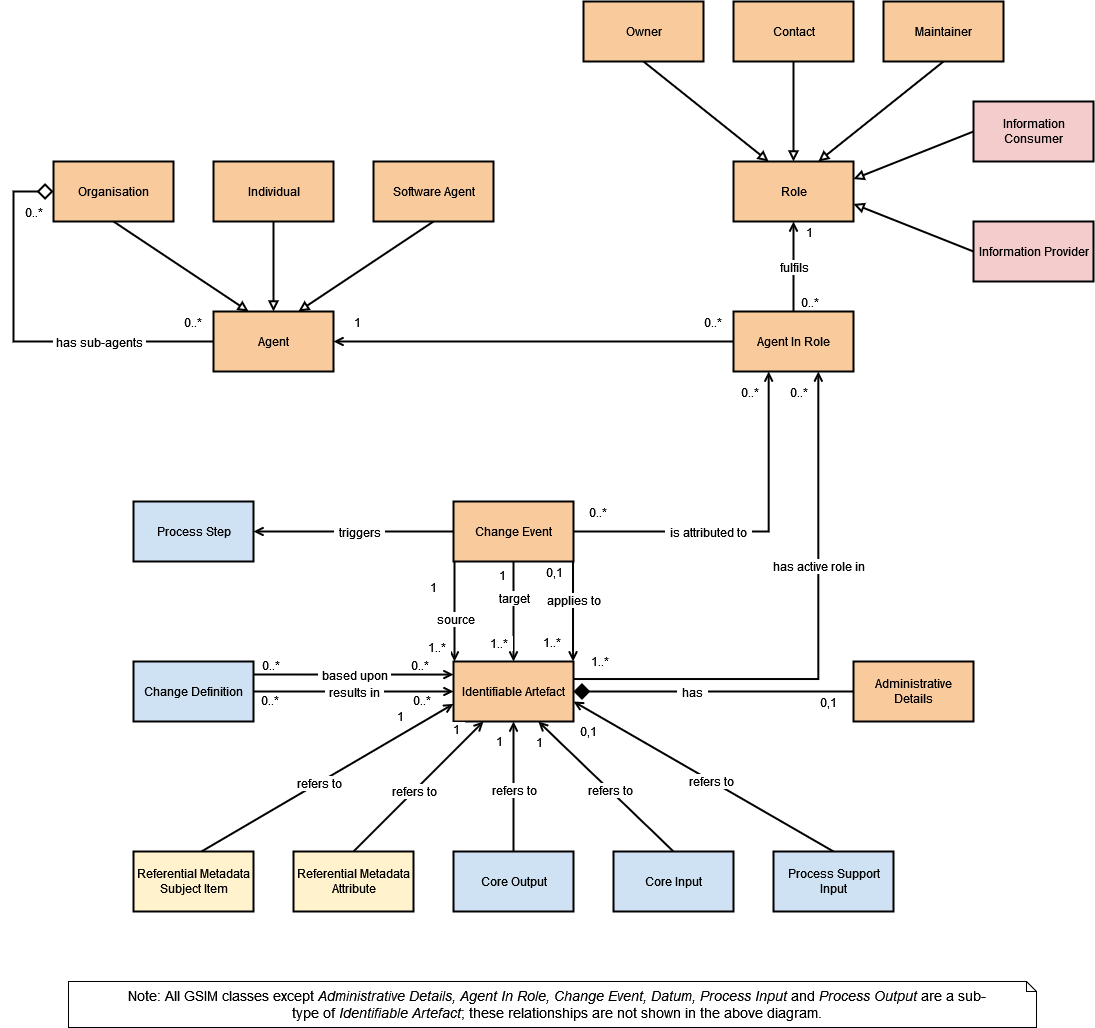
Before: Image Files/GSIM_2_0_Base_Group.drawio.png, a diagram exported from draw.io (UNECE/GSIM-2.0). Source tidied: cells renumbered, new cells last; positions are measured from the earlier drawing's top-left corner, leaving out a move shared by most shapes.
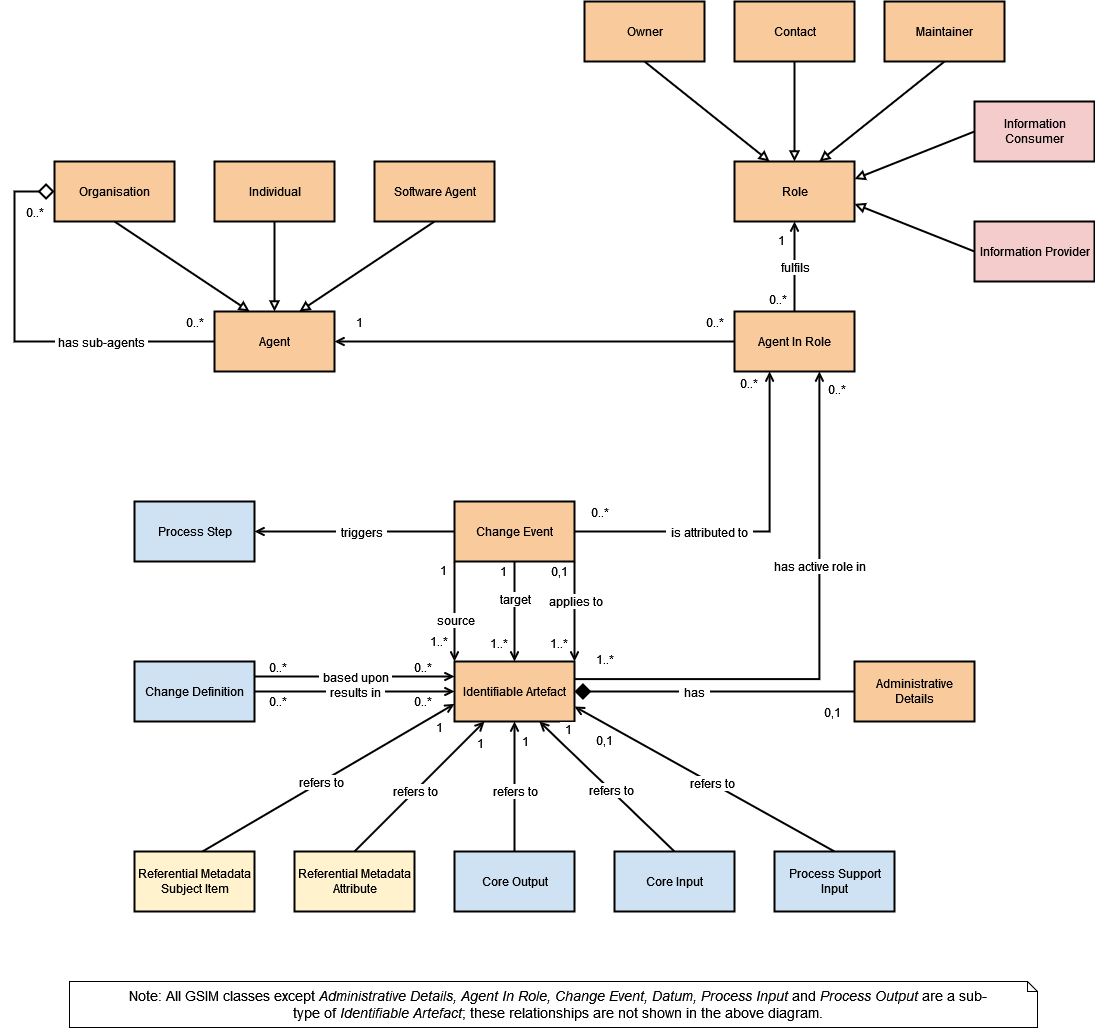
Later version of the same file.

Diff of the diagram source:
```diff
@@ -141,3 +141,3 @@
       <mxGeometry x="-0.76" relative="1" as="geometry">
-        <mxPoint x="15" y="1" as="offset" />
+        <mxPoint x="-18" y="-2" as="offset" />
       </mxGeometry>
@@ -146,3 +146,3 @@
       <mxGeometry x="0.73" relative="1" as="geometry">
-        <mxPoint x="15" y="-2" as="offset" />
+        <mxPoint x="-14" y="6" as="offset" />
       </mxGeometry>
@@ -152,9 +152,4 @@
     </mxCell>
-    <mxCell id="35" style="shape=filledEdge;strokeWidth=2;strokeColor=#000000;fillColor=none;startArrow=none;startFill=0;startSize=6;endArrow=open;endFill=0;endSize=6;rounded=0;html=1;nl2Br=0;gliffyId=3014;edgeStyle=orthogonalEdgeStyle;" parent="1" edge="1" source="6">
-      <mxGeometry relative="1" as="geometry">
-        <mxPoint x="320" y="340" as="targetPoint" />
-        <Array as="points">
-          <mxPoint x="720" y="340" />
-        </Array>
-      </mxGeometry>
+    <mxCell id="35" style="shape=filledEdge;strokeWidth=2;strokeColor=#000000;fillColor=none;startArrow=none;startFill=0;startSize=6;endArrow=open;endFill=0;endSize=6;rounded=0;html=1;nl2Br=0;gliffyId=3014;edgeStyle=orthogonalEdgeStyle;entryX=1;entryY=0.5;entryDx=0;entryDy=0;" parent="1" edge="1" source="6" target="7">
+      <mxGeometry relative="1" as="geometry" />
     </mxCell>
@@ -189,3 +184,3 @@
       <mxGeometry x="0.9" relative="1" as="geometry">
-        <mxPoint x="-20" y="3" as="offset" />
+        <mxPoint x="-22" y="-6" as="offset" />
       </mxGeometry>
@@ -206,3 +201,3 @@
       <mxGeometry x="-0.9" relative="1" as="geometry">
-        <mxPoint x="-4" y="-18" as="offset" />
+        <mxPoint y="-20" as="offset" />
       </mxGeometry>
@@ -211,3 +206,3 @@
       <mxGeometry x="0.94" relative="1" as="geometry">
-        <mxPoint x="-20" y="3" as="offset" />
+        <mxPoint x="17" as="offset" />
       </mxGeometry>
@@ -227,3 +222,3 @@
       <mxGeometry x="-0.7" relative="1" as="geometry">
-        <mxPoint x="-12" y="-2" as="offset" />
+        <mxPoint x="-12" y="-6" as="offset" />
       </mxGeometry>
@@ -232,3 +227,3 @@
       <mxGeometry x="0.5" relative="1" as="geometry">
-        <mxPoint x="-16" y="6" as="offset" />
+        <mxPoint x="-17" y="6" as="offset" />
       </mxGeometry>
@@ -248,3 +243,3 @@
       <mxGeometry x="-0.78" relative="1" as="geometry">
-        <mxPoint x="-7" y="8" as="offset" />
+        <mxPoint y="9" as="offset" />
       </mxGeometry>
@@ -253,14 +248,7 @@
       <mxGeometry x="0.67" relative="1" as="geometry">
-        <mxPoint y="8" as="offset" />
+        <mxPoint y="9" as="offset" />
       </mxGeometry>
     </mxCell>
-    <mxCell id="54" style="shape=filledEdge;strokeWidth=2;strokeColor=#000000;fillColor=none;startArrow=none;startFill=0;startSize=6;endArrow=open;endFill=0;endSize=6;rounded=0;html=1;nl2Br=0;gliffyId=3081;edgeStyle=orthogonalEdgeStyle;" parent="1" edge="1">
-      <mxGeometry relative="1" as="geometry">
-        <mxPoint x="240" y="673" as="sourcePoint" />
-        <mxPoint x="440" y="673" as="targetPoint" />
-        <Array as="points">
-          <mxPoint x="240" y="673" />
-          <mxPoint x="440" y="673" />
-        </Array>
-      </mxGeometry>
+    <mxCell id="54" style="shape=filledEdge;strokeWidth=2;strokeColor=#000000;fillColor=none;startArrow=none;startFill=0;startSize=6;endArrow=open;endFill=0;endSize=6;rounded=0;html=1;nl2Br=0;gliffyId=3081;edgeStyle=orthogonalEdgeStyle;entryX=0;entryY=0.25;entryDx=0;entryDy=0;exitX=1;exitY=0.25;exitDx=0;exitDy=0;" parent="1" edge="1" source="14" target="12">
+      <mxGeometry relative="1" as="geometry" />
     </mxCell>
@@ -271,3 +259,3 @@
       <mxGeometry x="-0.78" relative="1" as="geometry">
-        <mxPoint x="-6" y="-10" as="offset" />
+        <mxPoint y="-10" as="offset" />
       </mxGeometry>
@@ -276,16 +264,7 @@
       <mxGeometry x="0.67" relative="1" as="geometry">
-        <mxPoint x="-2" y="-10" as="offset" />
+        <mxPoint y="-10" as="offset" />
       </mxGeometry>
     </mxCell>
-    <mxCell id="58" style="shape=filledEdge;strokeWidth=2;strokeColor=#000000;fillColor=none;startArrow=none;startFill=0;startSize=6;endArrow=open;endFill=0;endSize=6;rounded=0;html=1;nl2Br=0;gliffyId=3044;edgeStyle=orthogonalEdgeStyle;" parent="1" edge="1">
-      <mxGeometry relative="1" as="geometry">
-        <mxPoint x="559.5" y="560" as="sourcePoint" />
-        <mxPoint x="559.5" y="660" as="targetPoint" />
-        <Array as="points">
-          <mxPoint x="559.5" y="560" />
-          <mxPoint x="559.5" y="593.3" />
-          <mxPoint x="559.5" y="626.7" />
-          <mxPoint x="559.5" y="660" />
-        </Array>
-      </mxGeometry>
+    <mxCell id="58" style="shape=filledEdge;strokeWidth=2;strokeColor=#000000;fillColor=none;startArrow=none;startFill=0;startSize=6;endArrow=open;endFill=0;endSize=6;rounded=0;html=1;nl2Br=0;gliffyId=3044;edgeStyle=orthogonalEdgeStyle;exitX=1;exitY=1;exitDx=0;exitDy=0;entryX=1;entryY=0;entryDx=0;entryDy=0;" parent="1" edge="1" source="11" target="12">
+      <mxGeometry relative="1" as="geometry" />
     </mxCell>
@@ -298,3 +277,3 @@
       <mxGeometry x="-0.72" relative="1" as="geometry">
-        <mxPoint x="-19" y="-4" as="offset" />
+        <mxPoint x="-16" y="-5" as="offset" />
       </mxGeometry>
@@ -303,13 +282,7 @@
       <mxGeometry x="0.66" relative="1" as="geometry">
-        <mxPoint x="-22" y="-3" as="offset" />
+        <mxPoint x="-17" y="-2" as="offset" />
       </mxGeometry>
     </mxCell>
-    <mxCell id="62" style="shape=filledEdge;strokeWidth=2;strokeColor=#000000;fillColor=none;startArrow=none;startFill=0;startSize=6;endArrow=open;endFill=0;endSize=6;rounded=0;html=1;nl2Br=0;gliffyId=3049;edgeStyle=orthogonalEdgeStyle;" parent="1" edge="1">
-      <mxGeometry relative="1" as="geometry">
-        <mxPoint x="441" y="560" as="sourcePoint" />
-        <mxPoint x="441" y="660" as="targetPoint" />
-        <Array as="points">
-          <mxPoint x="441" y="560" />
-        </Array>
-      </mxGeometry>
+    <mxCell id="62" style="shape=filledEdge;strokeWidth=2;strokeColor=#000000;fillColor=none;startArrow=none;startFill=0;startSize=6;endArrow=open;endFill=0;endSize=6;rounded=0;html=1;nl2Br=0;gliffyId=3049;edgeStyle=orthogonalEdgeStyle;entryX=0;entryY=0;entryDx=0;entryDy=0;exitX=0;exitY=1;exitDx=0;exitDy=0;" parent="1" edge="1" source="11" target="12">
+      <mxGeometry relative="1" as="geometry" />
     </mxCell>
@@ -320,3 +293,3 @@
       <mxGeometry x="-0.74" relative="1" as="geometry">
-        <mxPoint x="-22" y="12" as="offset" />
+        <mxPoint x="-12" y="-5" as="offset" />
       </mxGeometry>
@@ -325,3 +298,3 @@
       <mxGeometry x="0.62" relative="1" as="geometry">
-        <mxPoint x="-19" y="4" as="offset" />
+        <mxPoint x="-17" y="-2" as="offset" />
       </mxGeometry>
@@ -341,8 +314,7 @@
       <mxGeometry x="0.57" relative="1" as="geometry">
-        <mxPoint x="-15" y="-8" as="offset" />
+        <mxPoint x="10" y="-9" as="offset" />
       </mxGeometry>
     </mxCell>
-    <mxCell id="69" style="shape=filledEdge;strokeWidth=2;strokeColor=#000000;fillColor=none;startArrow=none;startFill=0;startSize=6;endArrow=open;endFill=0;endSize=6;rounded=0;html=1;nl2Br=0;gliffyId=3098;exitX=0.5;exitY=0.0;exitPerimeter=0;" parent="1" edge="1" source="17">
+    <mxCell id="69" style="shape=filledEdge;strokeWidth=2;strokeColor=#000000;fillColor=none;startArrow=none;startFill=0;startSize=6;endArrow=open;endFill=0;endSize=6;rounded=0;html=1;nl2Br=0;gliffyId=3098;exitX=0.5;exitY=0.0;exitPerimeter=0;entryX=0.25;entryY=1;entryDx=0;entryDy=0;" parent="1" edge="1" source="17" target="12">
       <mxGeometry relative="1" as="geometry">
-        <mxPoint x="470" y="720" as="targetPoint" />
         <Array as="points">
@@ -357,3 +329,3 @@
       <mxGeometry x="0.57" relative="1" as="geometry">
-        <mxPoint y="-20" as="offset" />
+        <mxPoint x="24" y="-7" as="offset" />
       </mxGeometry>
@@ -373,12 +345,7 @@
       <mxGeometry x="0.57" relative="1" as="geometry">
-        <mxPoint y="-20" as="offset" />
+        <mxPoint x="39" y="-9" as="offset" />
       </mxGeometry>
     </mxCell>
-    <mxCell id="75" style="shape=filledEdge;strokeWidth=2;strokeColor=#000000;fillColor=none;startArrow=none;startFill=0;startSize=6;endArrow=open;endFill=0;endSize=6;rounded=0;html=1;nl2Br=0;gliffyId=3106;edgeStyle=orthogonalEdgeStyle;" parent="1" edge="1" source="11">
-      <mxGeometry relative="1" as="geometry">
-        <mxPoint x="240" y="530" as="targetPoint" />
-        <Array as="points">
-          <mxPoint x="440" y="530" />
-        </Array>
-      </mxGeometry>
+    <mxCell id="75" style="shape=filledEdge;strokeWidth=2;strokeColor=#000000;fillColor=none;startArrow=none;startFill=0;startSize=6;endArrow=open;endFill=0;endSize=6;rounded=0;html=1;nl2Br=0;gliffyId=3106;edgeStyle=orthogonalEdgeStyle;entryX=1;entryY=0.5;entryDx=0;entryDy=0;" parent="1" edge="1" source="11" target="15">
+      <mxGeometry relative="1" as="geometry" />
     </mxCell>
@@ -400,8 +367,7 @@
       <mxGeometry x="0.58" relative="1" as="geometry">
-        <mxPoint x="-28" y="-7" as="offset" />
+        <mxPoint y="-20" as="offset" />
       </mxGeometry>
     </mxCell>
-    <mxCell id="80" style="shape=filledEdge;strokeWidth=2;strokeColor=#000000;fillColor=none;startArrow=none;startFill=0;startSize=6;endArrow=open;endFill=0;endSize=6;rounded=0;html=1;nl2Br=0;gliffyId=3068;exitX=0.5;exitY=0.0;exitPerimeter=0;" parent="1" edge="1" source="20">
+    <mxCell id="80" style="shape=filledEdge;strokeWidth=2;strokeColor=#000000;fillColor=none;startArrow=none;startFill=0;startSize=6;endArrow=open;endFill=0;endSize=6;rounded=0;html=1;nl2Br=0;gliffyId=3068;exitX=0.5;exitY=0.0;exitPerimeter=0;entryX=1;entryY=0.75;entryDx=0;entryDy=0;" parent="1" edge="1" source="20" target="12">
       <mxGeometry relative="1" as="geometry">
-        <mxPoint x="560" y="700" as="targetPoint" />
         <Array as="points">
@@ -416,3 +382,3 @@
       <mxGeometry x="0.71" relative="1" as="geometry">
-        <mxPoint x="-23" y="8" as="offset" />
+        <mxPoint x="-9" y="12" as="offset" />
       </mxGeometry>
@@ -454,3 +420,3 @@
       <mxGeometry x="-0.84" relative="1" as="geometry">
-        <mxPoint x="-2" y="10" as="offset" />
+        <mxPoint y="20" as="offset" />
       </mxGeometry>
```
